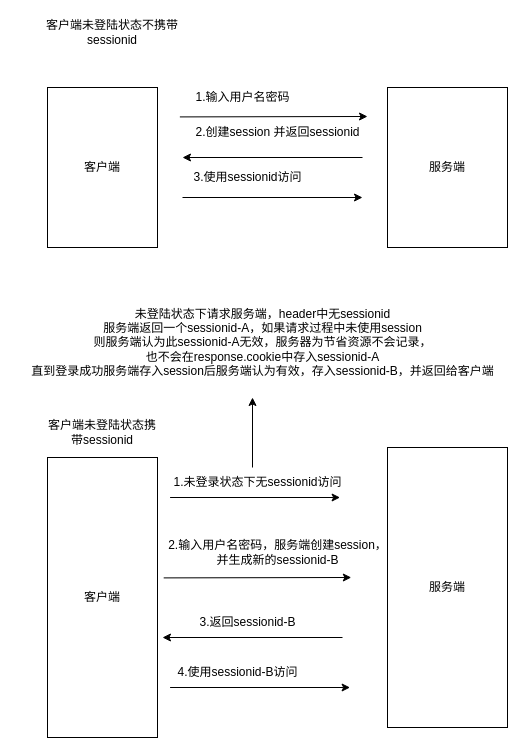
This is session_sessionid.drawio from grayes/draw.io, a draw.io file, before an edit. Source tidied: cells renumbered, new cells numbered last; positions are measured from the earlier drawing's top-left corner, leaving out a move shared by most shapes. Both pictures are drawn from the tidied source at 100%, with x=0, y=0 at pixel (17, 17).
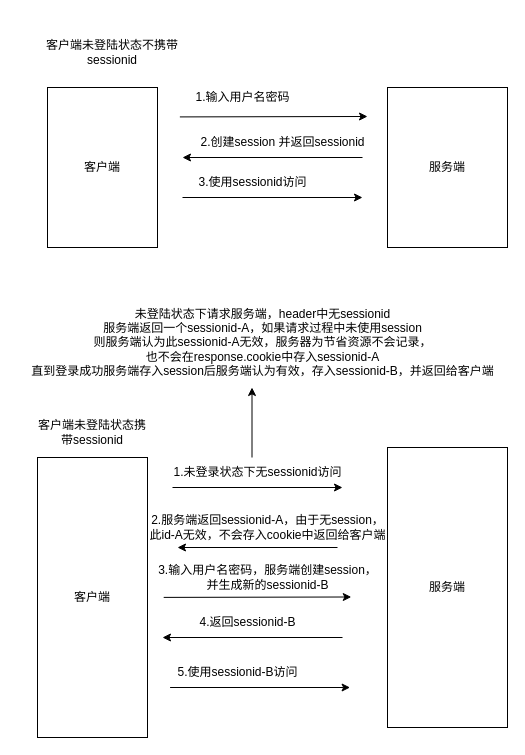
Above is the later version.

Diff of the diagram source:
```diff
@@
     <mxCell id="8" value="2.创建session 并返回sessionid" style="text;html=1;align=center;verticalAlign=middle;strokeColor=none;fillColor=none;" parent="1" vertex="1">
-      <mxGeometry x="165" y="100" width="190" height="30" as="geometry" />
+      <mxGeometry x="170" y="110" width="190" height="30" as="geometry" />
     </mxCell>
     <mxCell id="9" value="3.使用sessionid访问" style="text;html=1;align=center;verticalAlign=middle;strokeColor=none;fillColor=none;" parent="1" vertex="1">
-      <mxGeometry x="165" y="145" width="130" height="30" as="geometry" />
+      <mxGeometry x="170" y="150" width="130" height="30" as="geometry" />
     </mxCell>
@@
     <mxCell id="11" style="edgeStyle=orthogonalEdgeStyle;rounded=0;orthogonalLoop=1;jettySize=auto;html=1;" parent="1" edge="1">
       <mxGeometry relative="1" as="geometry">
-        <mxPoint x="152.6" y="480" as="sourcePoint" />
-        <mxPoint x="322.6" y="480" as="targetPoint" />
+        <mxPoint x="155" y="470" as="sourcePoint" />
+        <mxPoint x="325" y="470" as="targetPoint" />
       </mxGeometry>
     </mxCell>
     <mxCell id="12" value="客户端" style="rounded=0;whiteSpace=wrap;html=1;" parent="1" vertex="1">
-      <mxGeometry x="30" y="440" width="110" height="280" as="geometry" />
+      <mxGeometry x="20" y="440" width="110" height="280" as="geometry" />
     </mxCell>
@@
     <mxCell id="14" style="endArrow=classic;html=1;rounded=0;exitX=-0.022;exitY=1.147;exitDx=0;exitDy=0;exitPerimeter=0;" parent="1" edge="1">
       <mxGeometry relative="1" as="geometry">
-        <mxPoint x="146.2" y="560.4" as="sourcePoint" />
-        <mxPoint x="333.8" y="560" as="targetPoint" />
+        <mxPoint x="146.2" y="579.9" as="sourcePoint" />
+        <mxPoint x="333.8" y="579.5" as="targetPoint" />
       </mxGeometry>
     </mxCell>
-    <mxCell id="15" value="3.返回sessionid-B" style="text;html=1;align=center;verticalAlign=middle;strokeColor=none;fillColor=none;" parent="1" vertex="1">
+    <mxCell id="15" value="4.返回sessionid-B" style="text;html=1;align=center;verticalAlign=middle;strokeColor=none;fillColor=none;" parent="1" vertex="1">
       <mxGeometry x="170" y="590" width="120" height="30" as="geometry" />
     </mxCell>
-    <mxCell id="16" value="4.使用sessionid-B访问" style="text;html=1;align=center;verticalAlign=middle;strokeColor=none;fillColor=none;" parent="1" vertex="1">
+    <mxCell id="16" value="5.使用sessionid-B访问" style="text;html=1;align=center;verticalAlign=middle;strokeColor=none;fillColor=none;" parent="1" vertex="1">
       <mxGeometry x="150" y="640" width="140" height="30" as="geometry" />
     </mxCell>
-    <mxCell id="17" value="2.输入用户名密码，服务端创建session，&lt;br&gt;并生成新的sessionid-B" style="text;html=1;align=center;verticalAlign=middle;strokeColor=none;fillColor=none;" parent="1" vertex="1">
-      <mxGeometry x="140" y="515" width="240" height="40" as="geometry" />
+    <mxCell id="17" value="3.输入用户名密码，服务端创建session，&lt;br&gt;并生成新的sessionid-B" style="text;html=1;align=center;verticalAlign=middle;strokeColor=none;fillColor=none;" parent="1" vertex="1">
+      <mxGeometry x="130" y="540" width="240" height="40" as="geometry" />
     </mxCell>
@@
     <mxCell id="20" value="客户端未登陆状态不携带sessionid" style="text;html=1;strokeColor=none;fillColor=none;align=center;verticalAlign=middle;whiteSpace=wrap;rounded=0;" parent="1" vertex="1">
-      <mxGeometry x="20" width="150" height="30" as="geometry" />
+      <mxGeometry x="20" y="20" width="150" height="30" as="geometry" />
     </mxCell>
     <mxCell id="21" value="客户端未登陆状态携带sessionid" style="text;html=1;strokeColor=none;fillColor=none;align=center;verticalAlign=middle;whiteSpace=wrap;rounded=0;" parent="1" vertex="1">
-      <mxGeometry x="25" y="400" width="120" height="30" as="geometry" />
+      <mxGeometry x="15" y="400" width="120" height="30" as="geometry" />
     </mxCell>
     <mxCell id="22" value="1.未登录状态下无sessionid访问" style="text;html=1;align=center;verticalAlign=middle;strokeColor=none;fillColor=none;" parent="1" vertex="1">
-      <mxGeometry x="145" y="450" width="190" height="30" as="geometry" />
+      <mxGeometry x="145" y="440" width="190" height="30" as="geometry" />
     </mxCell>
     <mxCell id="23" style="endArrow=classic;html=1;rounded=0;" parent="1" edge="1">
       <mxGeometry relative="1" as="geometry">
-        <mxPoint x="235" y="450" as="sourcePoint" />
-        <mxPoint x="235" y="380" as="targetPoint" />
+        <mxPoint x="234.5" y="440" as="sourcePoint" />
+        <mxPoint x="234.5" y="370" as="targetPoint" />
       </mxGeometry>
     </mxCell>
+    <mxCell id="24" style="endArrow=classic;html=1;rounded=0;" parent="1" edge="1">
+      <mxGeometry relative="1" as="geometry">
+        <mxPoint x="320" y="530" as="sourcePoint" />
+        <mxPoint x="160" y="530" as="targetPoint" />
+      </mxGeometry>
+    </mxCell>
+    <mxCell id="25" value="2.服务端返回sessionid-A，由于无session，&lt;br&gt;此id-A无效，不会存入cookie中返回给客户端" style="text;html=1;align=center;verticalAlign=middle;strokeColor=none;fillColor=none;" parent="1" vertex="1">
+      <mxGeometry x="120" y="490" width="260" height="40" as="geometry" />
+    </mxCell>
```
